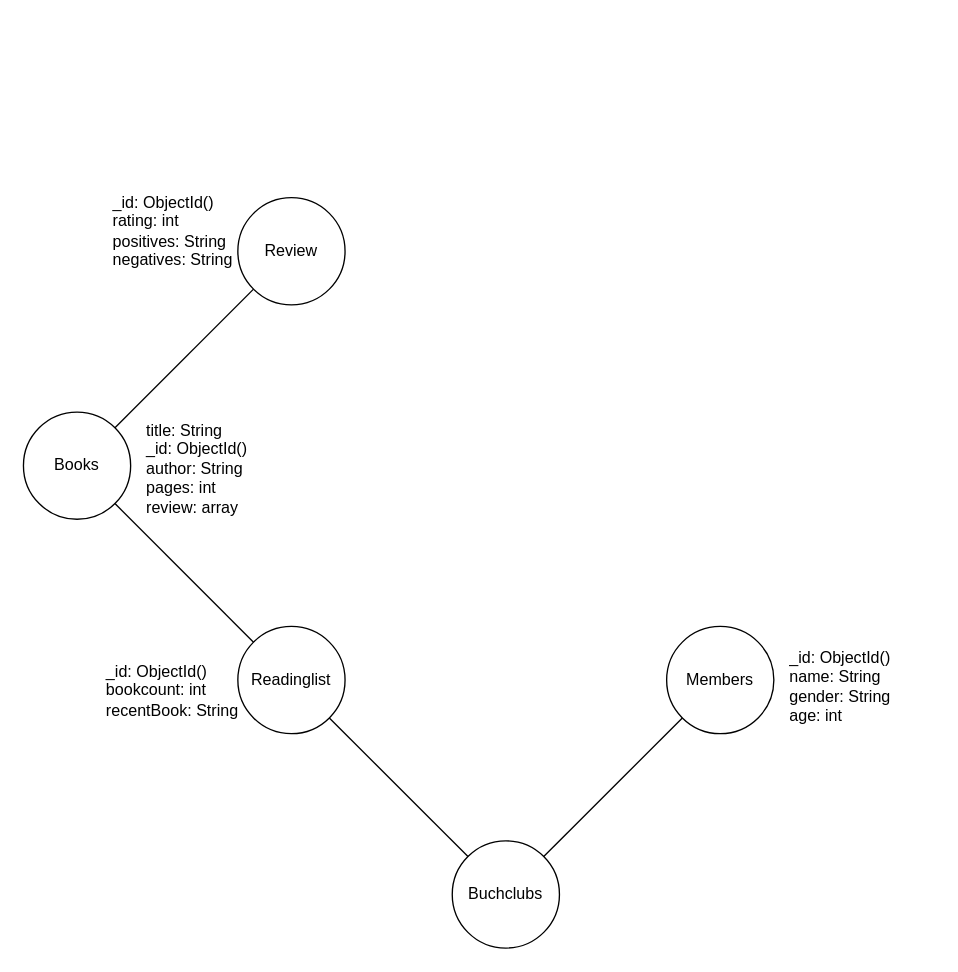
This is KN07/LogischesModelNeo4j.drawio from ElmarKessler/m165_elmarkessler, a draw.io file, before an edit. Source tidied: cells renumbered, new cells numbered last; positions are measured from the earlier drawing's top-left corner, leaving out a move shared by most shapes. Both pictures are drawn from the tidied source at 134%, with x=0, y=0 at pixel (23, 184).
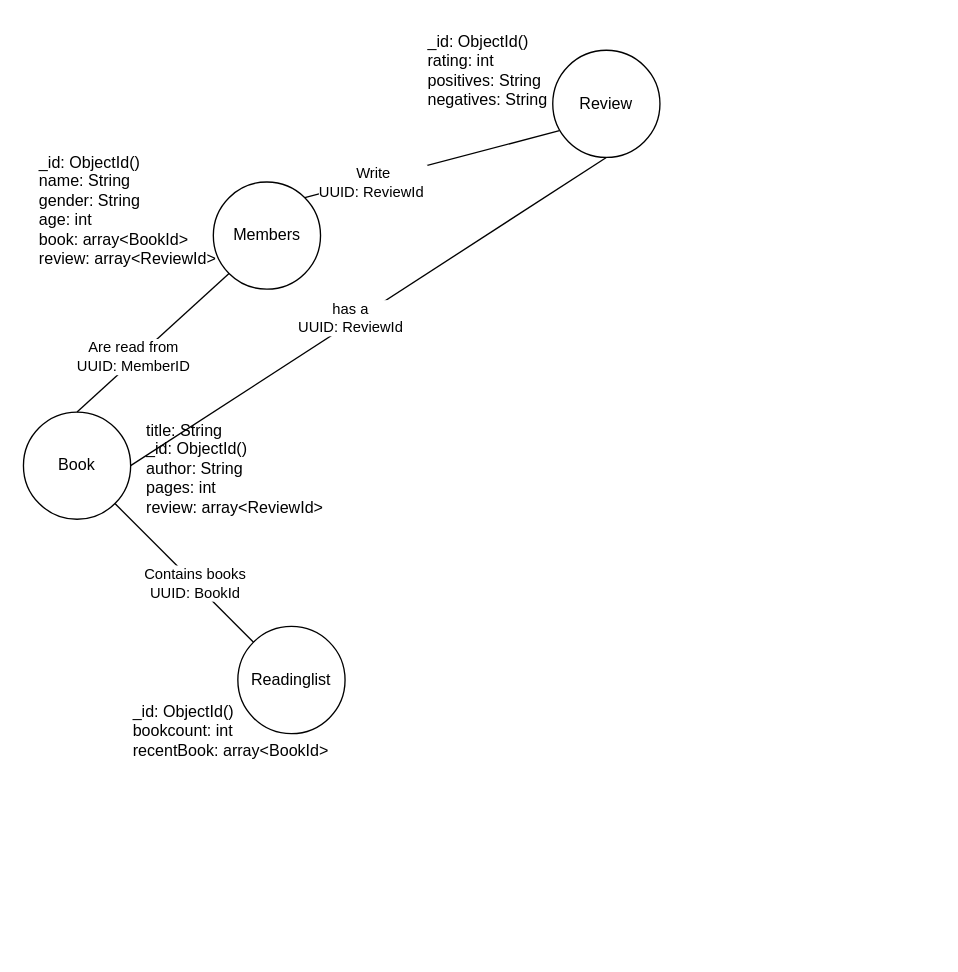
After the change.

Unchanged cells that the change refers to:
```xml
<mxCell id="5" value="Readinglist" style="ellipse;whiteSpace=wrap;html=1;" parent="1" vertex="1">
  <mxGeometry x="160" y="330" width="80" height="80" as="geometry" />
</mxCell>
<mxCell id="6" style="endArrow=none;html=1;rounded=0;entryX=1;entryY=1;entryDx=0;entryDy=0;exitX=0;exitY=0;exitDx=0;exitDy=0;" parent="1" edge="1" source="5" target="4">
  <mxGeometry relative="1" as="geometry" />
</mxCell>
```

The edit, as a diff of the source:
```diff
@@
-    <mxCell id="2" value="Buchclubs" style="ellipse;whiteSpace=wrap;html=1;" parent="1" vertex="1">
-      <mxGeometry x="320" y="490" width="80" height="80" as="geometry" />
-    </mxCell>
     <mxCell id="3" value="Members" style="ellipse;whiteSpace=wrap;html=1;" parent="1" vertex="1">
-      <mxGeometry x="480" y="330" width="80" height="80" as="geometry" />
+      <mxGeometry x="141.7" y="-1.7" width="80" height="80" as="geometry" />
     </mxCell>
-    <mxCell id="4" value="Books" style="ellipse;whiteSpace=wrap;html=1;" parent="1" vertex="1">
+    <mxCell id="4" value="Book" style="ellipse;whiteSpace=wrap;html=1;" parent="1" vertex="1">
       <mxGeometry y="170" width="80" height="80" as="geometry" />
     </mxCell>
@@
-    <mxCell id="7" style="endArrow=none;html=1;rounded=0;entryX=1;entryY=1;entryDx=0;entryDy=0;exitX=0;exitY=0;exitDx=0;exitDy=0;" parent="1" edge="1" source="2" target="5">
-      <mxGeometry relative="1" as="geometry" />
-    </mxCell>
+    <mxCell id="15" value="Contains books&lt;div&gt;UUID: BookId&lt;/div&gt;" style="edgeLabel;html=1;align=center;verticalAlign=middle;" parent="6" vertex="1">
+      <mxGeometry x="-0.14" relative="1" as="geometry" />
+    </mxCell>
     <mxCell id="8" value="Review" style="ellipse;whiteSpace=wrap;html=1;" parent="1" vertex="1">
-      <mxGeometry x="160" y="10" width="80" height="80" as="geometry" />
+      <mxGeometry x="395" y="-100" width="80" height="80" as="geometry" />
     </mxCell>
-    <mxCell id="9" style="endArrow=none;html=1;rounded=0;exitX=1;exitY=0;exitDx=0;exitDy=0;entryX=0;entryY=1;entryDx=0;entryDy=0;" parent="1" edge="1" source="4" target="8">
-      <mxGeometry relative="1" as="geometry" />
-    </mxCell>
-    <mxCell id="10" style="endArrow=none;html=1;rounded=0;exitX=1;exitY=0;exitDx=0;exitDy=0;entryX=0;entryY=1;entryDx=0;entryDy=0;" parent="1" edge="1" source="2" target="3">
-      <mxGeometry relative="1" as="geometry" />
+    <mxCell id="10" style="endArrow=none;html=1;rounded=0;entryX=0;entryY=1;entryDx=0;entryDy=0;" parent="1" edge="1" target="3">
+      <mxGeometry relative="1" as="geometry">
+        <mxPoint x="40" y="170" as="sourcePoint" />
+      </mxGeometry>
     </mxCell>
+    <mxCell id="16" value="Are read from&lt;div&gt;UUID: MemberID&lt;/div&gt;" style="edgeLabel;html=1;align=center;verticalAlign=middle;" parent="10" vertex="1">
+      <mxGeometry x="-0.25" y="2" relative="1" as="geometry">
+        <mxPoint y="-1" as="offset" />
+      </mxGeometry>
+    </mxCell>
-    <mxCell id="11" value="_id: ObjectId()&#10;name: String&#10;gender: String&#10;age: int" style="text;whiteSpace=wrap;html=1;" parent="1" vertex="1">
-      <mxGeometry x="570" y="340" width="110" height="80" as="geometry" />
+    <mxCell id="11" value="_id: ObjectId()&lt;br&gt;name: String&lt;br&gt;gender: String&lt;br&gt;age: int&lt;div&gt;book: array&amp;lt;BookId&amp;gt;&lt;br&gt;&lt;div&gt;review: array&amp;lt;ReviewId&amp;gt;&lt;/div&gt;&lt;/div&gt;" style="text;whiteSpace=wrap;html=1;" parent="1" vertex="1">
+      <mxGeometry x="10" y="-30" width="140" height="100" as="geometry" />
     </mxCell>
-    <mxCell id="12" value="_id: ObjectId()&#10;bookcount: int&#10;recentBook: String" style="text;whiteSpace=wrap;html=1;" parent="1" vertex="1">
-      <mxGeometry x="60" y="350" width="130" height="70" as="geometry" />
+    <mxCell id="12" value="_id: ObjectId()&lt;br&gt;bookcount: int&lt;br&gt;recentBook: array&amp;lt;BookId&amp;gt;" style="text;whiteSpace=wrap;html=1;" parent="1" vertex="1">
+      <mxGeometry x="80" y="380" width="150" height="70" as="geometry" />
     </mxCell>
-    <mxCell id="13" value="title: String&#10;_id: ObjectId()&#10;author: String&#10;pages: int&#10;review: array" style="text;whiteSpace=wrap;html=1;" parent="1" vertex="1">
-      <mxGeometry x="90" y="170" width="110" height="100" as="geometry" />
+    <mxCell id="13" value="title: String&lt;br&gt;_id: ObjectId()&lt;br&gt;author: String&lt;br&gt;pages: int&lt;br&gt;review: array&amp;lt;ReviewId&amp;gt;&lt;div&gt;&lt;br&gt;&lt;/div&gt;" style="text;whiteSpace=wrap;html=1;" parent="1" vertex="1">
+      <mxGeometry x="90" y="170" width="140" height="100" as="geometry" />
     </mxCell>
     <mxCell id="14" value="_id: ObjectId()&#10;rating: int&#10;positives: String&#10;negatives: String" style="text;whiteSpace=wrap;html=1;" parent="1" vertex="1">
-      <mxGeometry x="65" width="120" height="80" as="geometry" />
+      <mxGeometry x="300" y="-120" width="120" height="80" as="geometry" />
     </mxCell>
+    <mxCell id="17" style="endArrow=none;html=1;rounded=0;exitX=1;exitY=0;exitDx=0;exitDy=0;" parent="1" edge="1" source="3">
+      <mxGeometry relative="1" as="geometry">
+        <mxPoint x="400" y="-40" as="targetPoint" />
+      </mxGeometry>
+    </mxCell>
+    <mxCell id="18" value="Write&lt;div&gt;UUID: ReviewId&amp;nbsp;&lt;/div&gt;" style="edgeLabel;html=1;align=center;verticalAlign=middle;" parent="17" vertex="1">
+      <mxGeometry x="-0.48" y="-2" relative="1" as="geometry">
+        <mxPoint x="1" as="offset" />
+      </mxGeometry>
+    </mxCell>
+    <mxCell id="9" style="endArrow=none;html=1;rounded=0;exitX=1;exitY=0.5;exitDx=0;exitDy=0;entryX=0.5;entryY=1;entryDx=0;entryDy=0;" parent="1" edge="1" source="4" target="8">
+      <mxGeometry relative="1" as="geometry" />
+    </mxCell>
+    <mxCell id="19" value="has a&lt;div&gt;UUID: ReviewId&lt;/div&gt;" style="edgeLabel;html=1;align=center;verticalAlign=middle;" parent="9" vertex="1">
+      <mxGeometry x="-0.07" y="4" relative="1" as="geometry" />
+    </mxCell>
```
